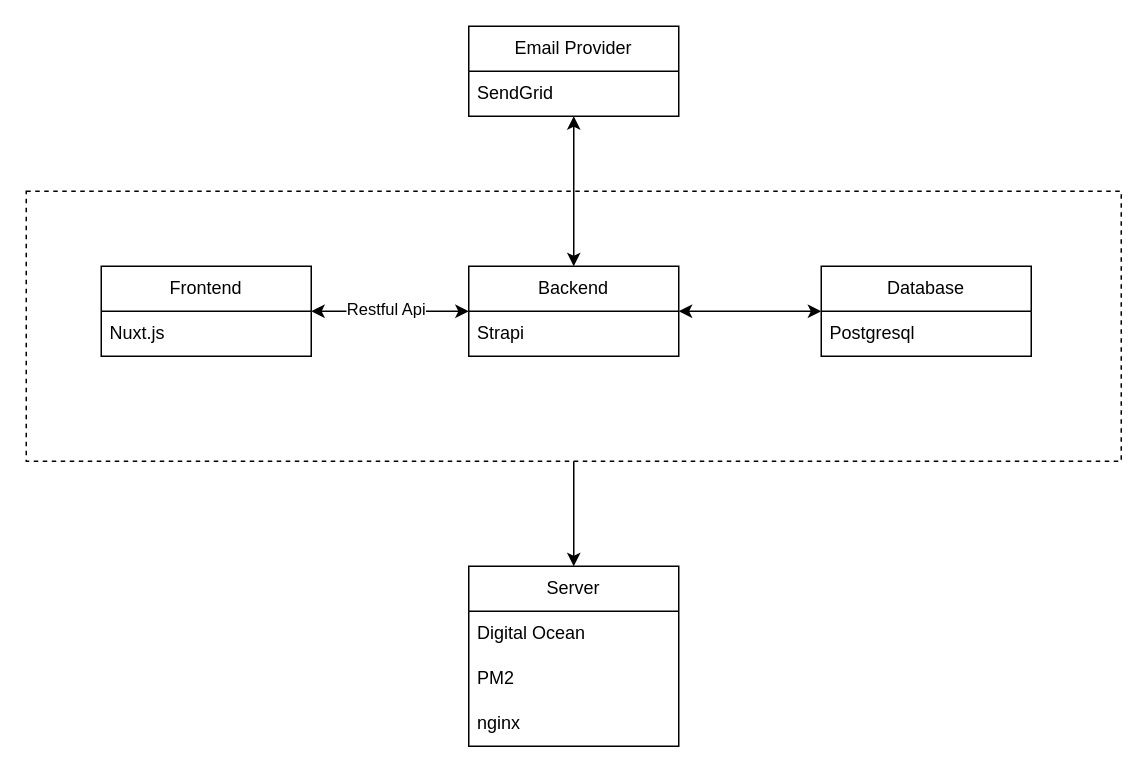
ALeafWolf/NXX-Toolbox-V2 keeps this draw.io diagram as layout.drawio. Above is the earlier version. Source tidied: cells renumbered, new cells numbered last; positions are measured from the earlier drawing's top-left corner, leaving out a move shared by most shapes. Both pictures are drawn from the tidied source at 150%, with x=0, y=0 at pixel (26, 26).
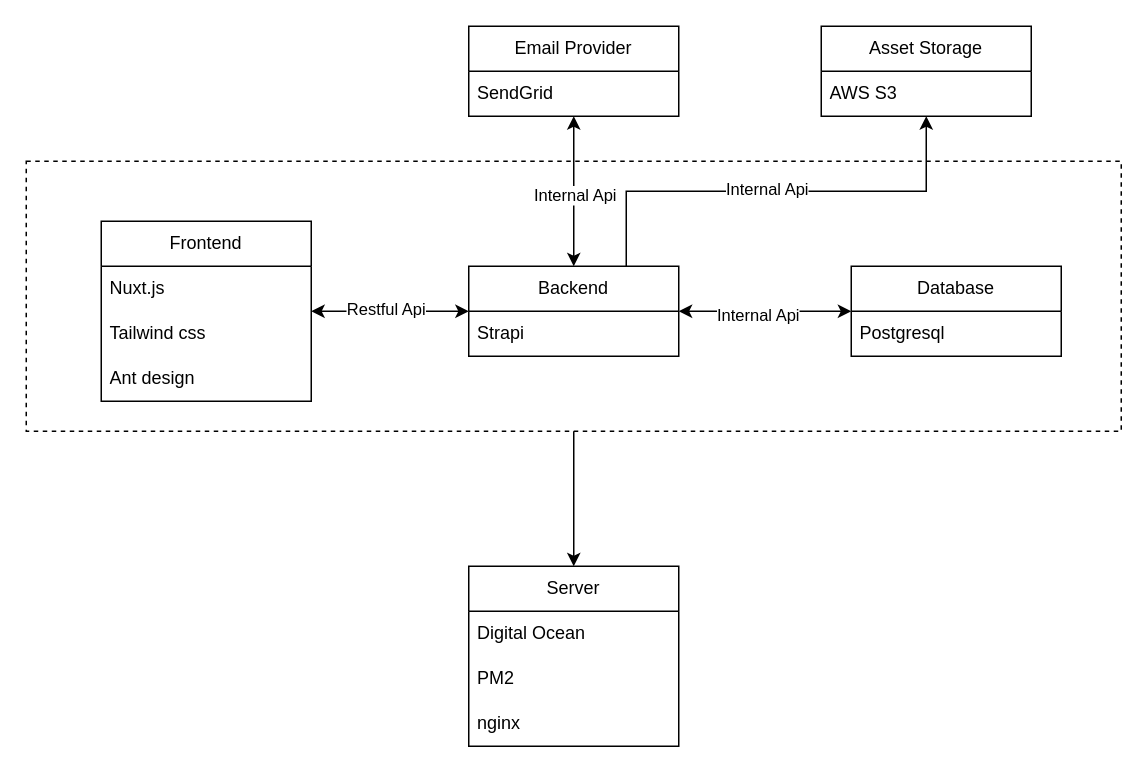
After the change.

The change refers to these unchanged cells:
```xml
<mxCell id="6" style="edgeStyle=orthogonalEdgeStyle;rounded=0;jettySize=auto;html=1;startArrow=classic;startFill=1;" parent="1" edge="1" source="7" target="9">
  <mxGeometry relative="1" as="geometry" />
</mxCell>
<mxCell id="7" value="Backend" style="swimlane;fontStyle=0;horizontal=1;startSize=30;whiteSpace=wrap;html=1;" parent="1" vertex="1">
  <mxGeometry x="295" y="160" width="140" height="60" as="geometry" />
</mxCell>
<mxCell id="11" style="edgeStyle=orthogonalEdgeStyle;rounded=0;jettySize=auto;html=1;startArrow=classic;startFill=1;" parent="1" edge="1" source="12" target="7">
  <mxGeometry relative="1" as="geometry" />
</mxCell>
```

What changed in the source:
```diff
@@
     <mxCell id="4" value="Frontend" style="swimlane;fontStyle=0;horizontal=1;startSize=30;whiteSpace=wrap;html=1;" parent="1" vertex="1">
-      <mxGeometry x="50" y="160" width="140" height="60" as="geometry" />
+      <mxGeometry x="50" y="130" width="140" height="120" as="geometry" />
     </mxCell>
@@
+    <mxCell id="20" value="Tailwind css" style="text;strokeColor=none;fillColor=none;align=left;verticalAlign=middle;spacingLeft=4;spacingRight=4;overflow=hidden;whiteSpace=wrap;html=1;" parent="4" vertex="1">
+      <mxGeometry y="60" width="140" height="30" as="geometry" />
+    </mxCell>
+    <mxCell id="21" value="Ant design" style="text;strokeColor=none;fillColor=none;align=left;verticalAlign=middle;spacingLeft=4;spacingRight=4;overflow=hidden;whiteSpace=wrap;html=1;" parent="4" vertex="1">
+      <mxGeometry y="90" width="140" height="30" as="geometry" />
+    </mxCell>
@@
+    <mxCell id="22" value="Internal Api" style="edgeLabel;html=1;align=center;verticalAlign=middle;" parent="6" vertex="1">
+      <mxGeometry x="-0.09" y="-2" relative="1" as="geometry" />
+    </mxCell>
+    <mxCell id="23" style="edgeStyle=orthogonalEdgeStyle;rounded=0;jettySize=auto;html=1;exitX=0.75;exitY=0;exitDx=0;exitDy=0;entryX=0.5;entryY=1;entryDx=0;entryDy=0;" parent="1" edge="1" source="7" target="26">
+      <mxGeometry relative="1" as="geometry" />
+    </mxCell>
+    <mxCell id="24" value="Internal Api" style="edgeLabel;html=1;align=center;verticalAlign=middle;" parent="23" vertex="1">
+      <mxGeometry x="-0.05" y="2" relative="1" as="geometry" />
+    </mxCell>
@@
     <mxCell id="9" value="Database" style="swimlane;fontStyle=0;horizontal=1;startSize=30;whiteSpace=wrap;html=1;" parent="1" vertex="1">
-      <mxGeometry x="530" y="160" width="140" height="60" as="geometry" />
+      <mxGeometry x="550" y="160" width="140" height="60" as="geometry" />
     </mxCell>
@@
+    <mxCell id="25" value="Internal Api" style="edgeLabel;html=1;align=center;verticalAlign=middle;" parent="11" vertex="1">
+      <mxGeometry x="0.04" relative="1" as="geometry" />
+    </mxCell>
@@
     <mxCell id="15" style="rounded=0;whiteSpace=wrap;html=1;fillColor=none;dashed=1;" parent="1" vertex="1">
-      <mxGeometry y="110" width="730" height="180" as="geometry" />
+      <mxGeometry y="90" width="730" height="180" as="geometry" />
     </mxCell>
@@
+    <mxCell id="26" value="Asset Storage" style="swimlane;fontStyle=0;horizontal=1;startSize=30;whiteSpace=wrap;html=1;" parent="1" vertex="1">
+      <mxGeometry x="530" width="140" height="60" as="geometry" />
+    </mxCell>
+    <mxCell id="27" value="AWS S3" style="text;strokeColor=none;fillColor=none;align=left;verticalAlign=middle;spacingLeft=4;spacingRight=4;overflow=hidden;whiteSpace=wrap;html=1;" parent="26" vertex="1">
+      <mxGeometry y="30" width="140" height="30" as="geometry" />
+    </mxCell>
```
